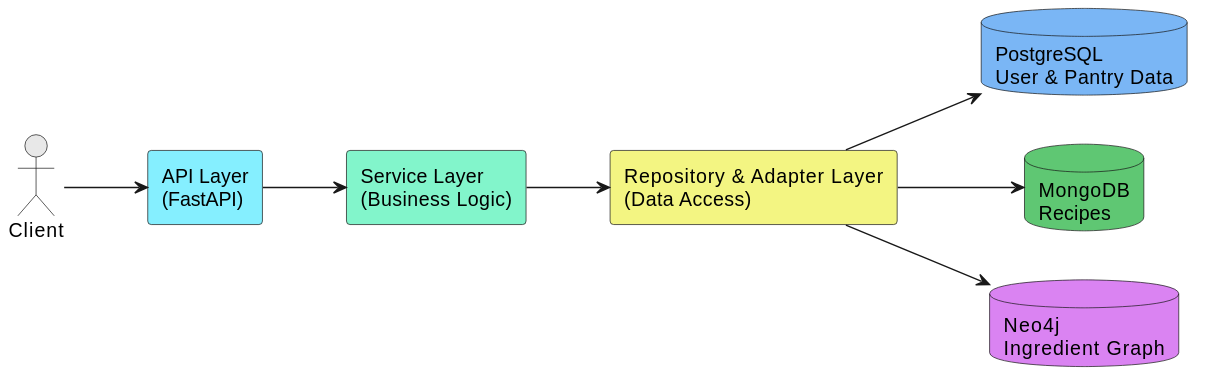
ErlisaLokaj/SmartMeal keeps this PlantUML diagram as diagram/high_level_system_architecture.svg. Above is the earlier version. Source of this version:
```plantuml
@startuml
left to right direction
skinparam shadowing false
skinparam componentStyle rounded
skinparam backgroundColor white

actor Client #E8E8E8

rectangle "API Layer\n(FastAPI)" as API #85EFFF
rectangle "Service Layer\n(Business Logic)" as Service #82F5CB
rectangle "Repository & Adapter Layer\n(Data Access)" as Repo #F3F582

database "PostgreSQL\nUser & Pantry Data" as PG #7AB6F5
database "MongoDB\nRecipes" as Mongo #5FC773
database "Neo4j\nIngredient Graph" as Graph #DA83F2

Client --> API
API --> Service
Service --> Repo

Repo --> PG
Repo --> Mongo
Repo --> Graph
@enduml
```
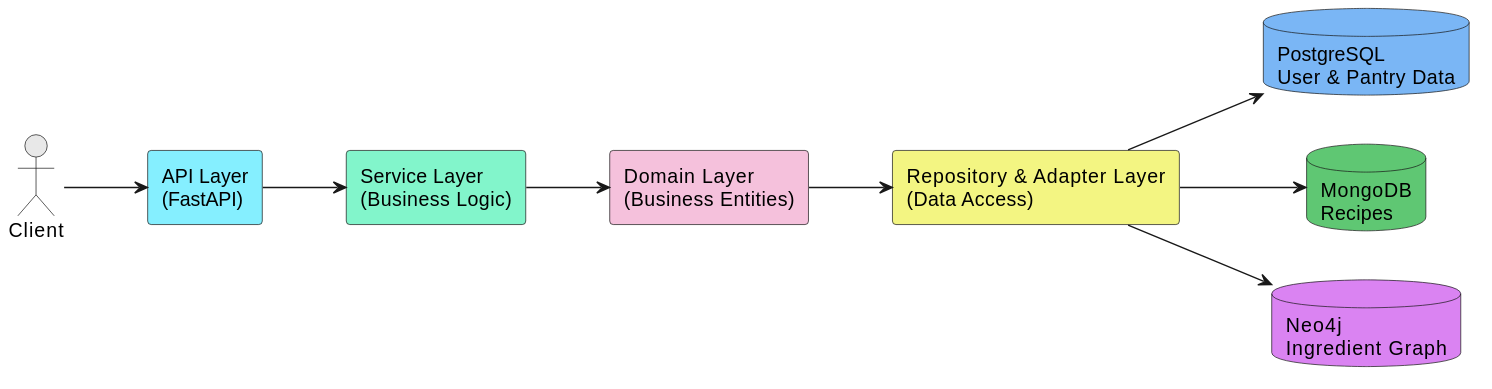
Above is the later version.

The edit, as a diff of the source:
```diff
@@ -8,6 +8,7 @@
 
 rectangle "API Layer\n(FastAPI)" as API #85EFFF
 rectangle "Service Layer\n(Business Logic)" as Service #82F5CB
+rectangle "Domain Layer\n(Business Entities)" as Domain #F5C1DC
 rectangle "Repository & Adapter Layer\n(Data Access)" as Repo #F3F582
 
 database "PostgreSQL\nUser & Pantry Data" as PG #7AB6F5
@@ -16,7 +17,8 @@
 
 Client --> API
 API --> Service
-Service --> Repo
+Service --> Domain
+Domain --> Repo
 
 Repo --> PG
 Repo --> Mongo
```
